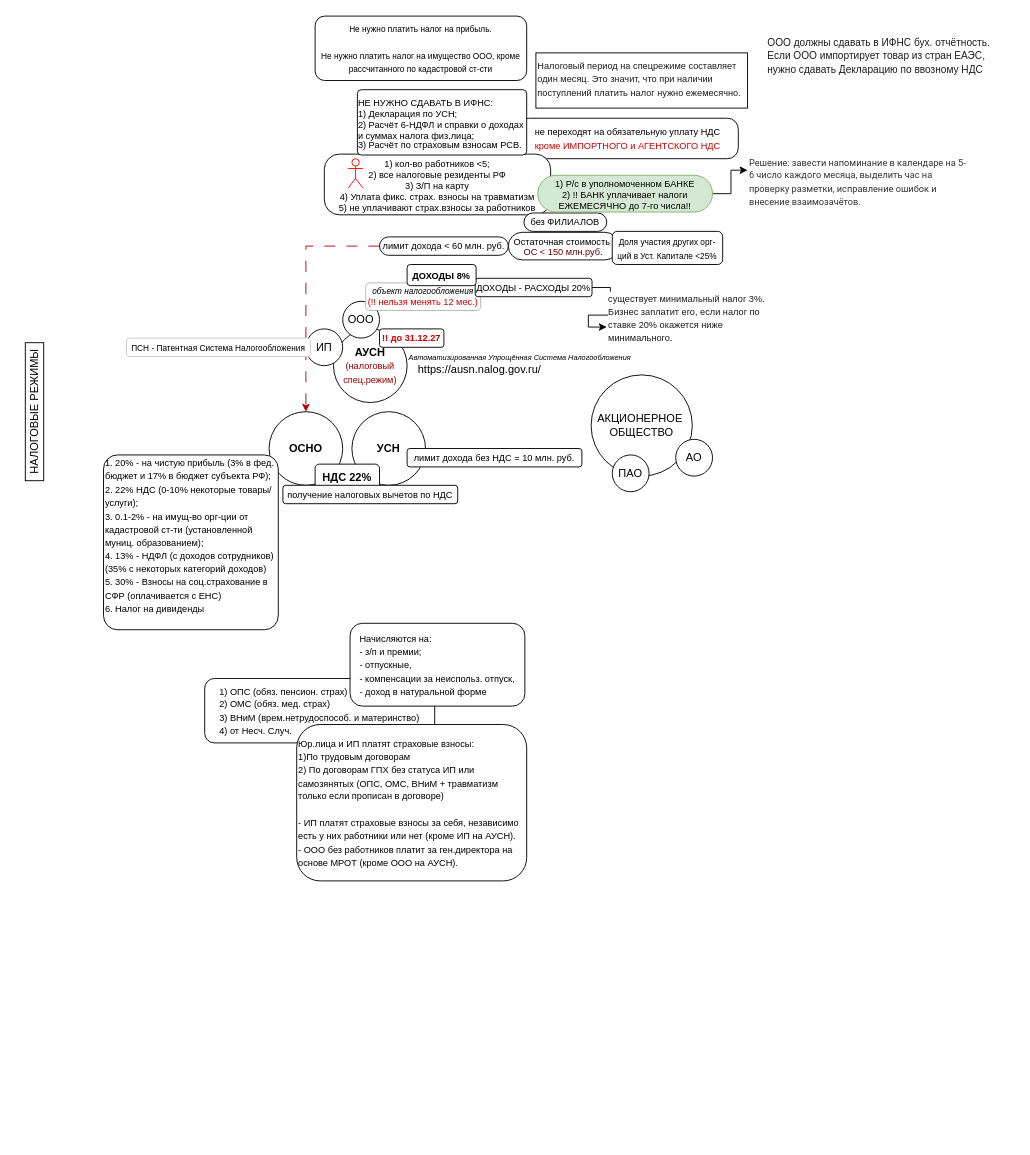
This is АУСН.drawio from youarereef/mmaps, a draw.io file, before an edit. Source tidied: cells renumbered, new cells numbered last; positions are measured from the earlier drawing's top-left corner, leaving out a move shared by most shapes. Both pictures are drawn from the tidied source at 92%, with x=0, y=0 at pixel (-35, 16).
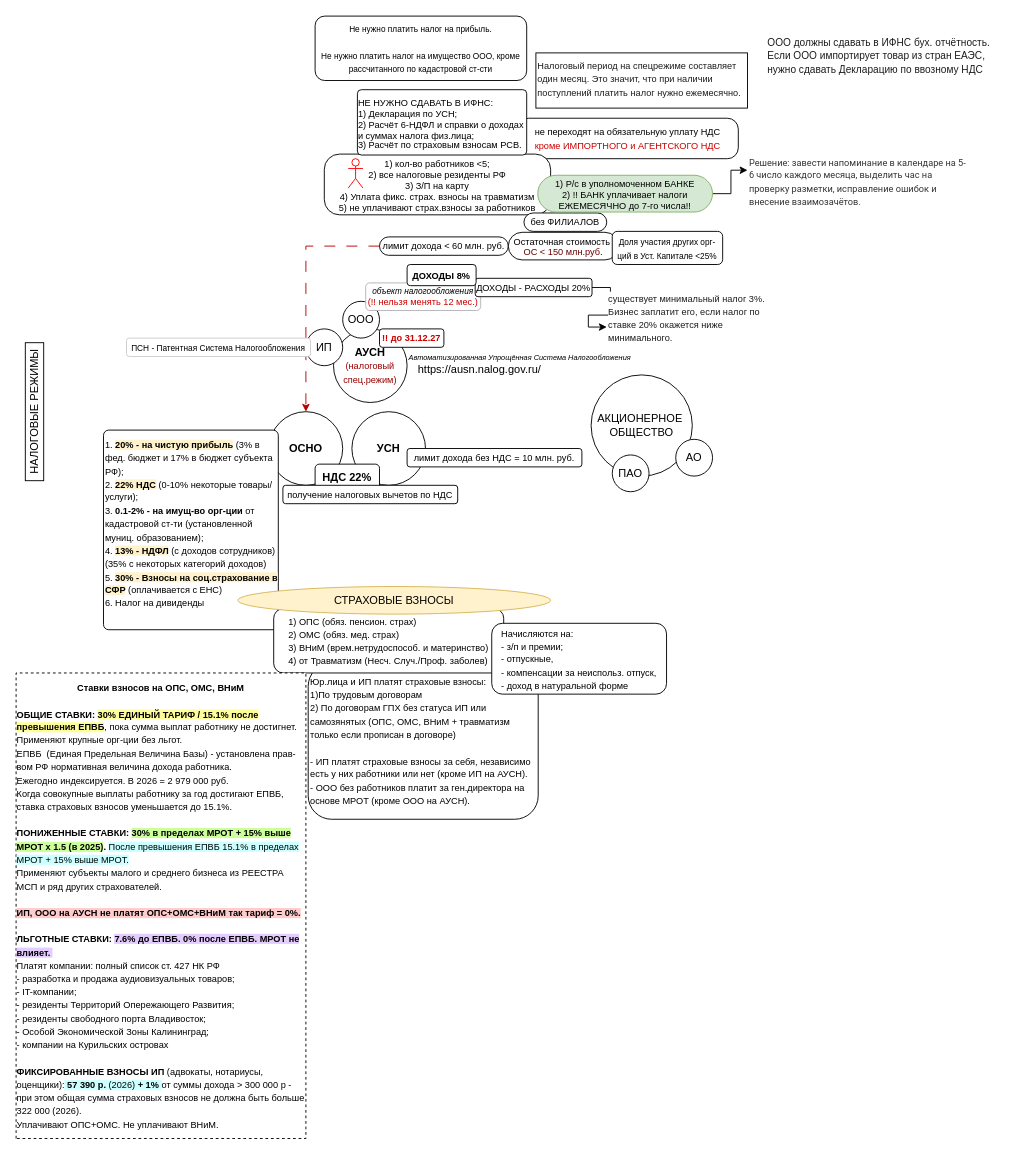
The same page after the edit.

What changed in the source:
```diff
@@
-    <mxCell id="38" value="&lt;font style=&quot;font-size: 10px;&quot;&gt;1. 20% - на чистую прибыль (3% в фед. бюджет и 17% в бюджет субъекта РФ);&lt;/font&gt;&lt;div&gt;&lt;font style=&quot;font-size: 10px;&quot;&gt;2. 22% НДС (&lt;/font&gt;&lt;span style=&quot;font-size: 10px; background-color: transparent; color: light-dark(rgb(0, 0, 0), rgb(255, 255, 255));&quot;&gt;0-10% некоторые товары/услуги);&lt;/span&gt;&lt;/div&gt;&lt;div&gt;&lt;font style=&quot;font-size: 10px;&quot;&gt;3.&amp;nbsp;&lt;/font&gt;&lt;span style=&quot;font-size: 10px; background-color: transparent; color: light-dark(rgb(0, 0, 0), rgb(255, 255, 255));&quot;&gt;0.1-2% - н&lt;/span&gt;&lt;span style=&quot;font-size: 10px; background-color: transparent; color: light-dark(rgb(0, 0, 0), rgb(255, 255, 255));&quot;&gt;а имущ-во орг-ции от кадастровой ст-ти (установленной муниц. образованием);&amp;nbsp;&lt;/span&gt;&lt;/div&gt;&lt;div&gt;&lt;font style=&quot;font-size: 10px;&quot;&gt;4. 13% - НДФЛ (с доходов сотрудников) (&lt;/font&gt;&lt;span style=&quot;font-size: 10px; background-color: transparent; color: light-dark(rgb(0, 0, 0), rgb(255, 255, 255));&quot;&gt;35% с некоторых категорий доходов)&lt;/span&gt;&lt;/div&gt;&lt;div&gt;&lt;span style=&quot;font-size: 10px; background-color: transparent; color: light-dark(rgb(0, 0, 0), rgb(255, 255, 255));&quot;&gt;5. 30% - Взносы на соц.страхование в СФР (оплачивается с ЕНС)&lt;/span&gt;&lt;/div&gt;&lt;div&gt;&lt;span style=&quot;font-size: 10px; background-color: transparent; color: light-dark(rgb(0, 0, 0), rgb(255, 255, 255));&quot;&gt;6. Налог на дивиденды&amp;nbsp;&lt;/span&gt;&lt;/div&gt;&lt;div&gt;&lt;br&gt;&lt;/div&gt;" style="rounded=1;whiteSpace=wrap;html=1;align=left;arcSize=8;" parent="1" vertex="1">
-      <mxGeometry x="150" y="477" width="190" height="190" as="geometry" />
+    <mxCell id="38" value="&lt;font style=&quot;font-size: 10px;&quot;&gt;1. &lt;b style=&quot;background-color: rgb(255, 242, 204);&quot;&gt;20% - на чистую прибыль&lt;/b&gt; (3% в фед. бюджет и 17% в бюджет субъекта РФ);&lt;/font&gt;&lt;div&gt;&lt;font style=&quot;font-size: 10px;&quot;&gt;2. &lt;b&gt;&lt;span style=&quot;background-color: rgb(255, 242, 204);&quot;&gt;22% НДС&lt;/span&gt; &lt;/b&gt;(&lt;/font&gt;&lt;span style=&quot;font-size: 10px; background-color: transparent; color: light-dark(rgb(0, 0, 0), rgb(255, 255, 255));&quot;&gt;0-10% некоторые товары/услуги);&lt;/span&gt;&lt;/div&gt;&lt;div&gt;&lt;font style=&quot;font-size: 10px;&quot;&gt;3.&amp;nbsp;&lt;/font&gt;&lt;span style=&quot;font-size: 10px; color: light-dark(rgb(0, 0, 0), rgb(255, 255, 255)); background-color: light-dark(#ffffff, var(--ge-dark-color, #121212));&quot;&gt;&lt;b&gt;0.1-2% - н&lt;/b&gt;&lt;/span&gt;&lt;span style=&quot;font-size: 10px; color: light-dark(rgb(0, 0, 0), rgb(255, 255, 255));&quot;&gt;&lt;span style=&quot;background-color: light-dark(#ffffff, var(--ge-dark-color, #121212));&quot;&gt;&lt;b&gt;а имущ-во орг-ции&lt;/b&gt;&lt;/span&gt; от кадастровой ст-ти (установленной муниц. образованием);&amp;nbsp;&lt;/span&gt;&lt;/div&gt;&lt;div&gt;&lt;font style=&quot;font-size: 10px;&quot;&gt;4. &lt;b style=&quot;background-color: rgb(255, 242, 204);&quot;&gt;13% - НДФЛ&lt;/b&gt; (с доходов сотрудников) (&lt;/font&gt;&lt;span style=&quot;font-size: 10px; background-color: transparent; color: light-dark(rgb(0, 0, 0), rgb(255, 255, 255));&quot;&gt;35% с некоторых категорий доходов)&lt;/span&gt;&lt;/div&gt;&lt;div&gt;&lt;span style=&quot;font-size: 10px; background-color: transparent; color: light-dark(rgb(0, 0, 0), rgb(255, 255, 255));&quot;&gt;5. &lt;/span&gt;&lt;span style=&quot;font-size: 10px; color: light-dark(rgb(0, 0, 0), rgb(255, 255, 255)); background-color: rgb(255, 242, 204);&quot;&gt;&lt;b&gt;30% - Взносы на соц.страхование в СФР&lt;/b&gt;&lt;/span&gt;&lt;span style=&quot;font-size: 10px; background-color: transparent; color: light-dark(rgb(0, 0, 0), rgb(255, 255, 255));&quot;&gt; (оплачивается с ЕНС)&lt;/span&gt;&lt;/div&gt;&lt;div&gt;&lt;span style=&quot;font-size: 10px; background-color: transparent; color: light-dark(rgb(0, 0, 0), rgb(255, 255, 255));&quot;&gt;6. Налог на дивиденды&amp;nbsp;&lt;/span&gt;&lt;/div&gt;&lt;div&gt;&lt;br&gt;&lt;/div&gt;" style="rounded=1;whiteSpace=wrap;html=1;align=left;arcSize=3;" parent="1" vertex="1">
+      <mxGeometry x="150" y="450" width="190" height="217" as="geometry" />
     </mxCell>
+    <mxCell id="40" value="&lt;div style=&quot;&quot;&gt;&lt;span style=&quot;font-size: 10px;&quot;&gt;Юр.лица и ИП платят страховые взносы:&lt;/span&gt;&lt;/div&gt;&lt;div style=&quot;&quot;&gt;&lt;span style=&quot;font-size: 10px;&quot;&gt;1)По трудовым договорам&lt;/span&gt;&lt;/div&gt;&lt;div style=&quot;&quot;&gt;&lt;span style=&quot;font-size: 10px;&quot;&gt;2) По договорам ГПХ без статуса ИП или самозянятых (ОПС, ОМС, ВНиМ + травматизм только если прописан в договоре)&lt;/span&gt;&lt;/div&gt;&lt;div style=&quot;&quot;&gt;&lt;span style=&quot;font-size: 10px;&quot;&gt;&lt;br&gt;&lt;/span&gt;&lt;/div&gt;&lt;div style=&quot;&quot;&gt;&lt;span style=&quot;font-size: 10px;&quot;&gt;- ИП платят страховые взносы за себя, независимо есть у них работники или нет (кроме ИП на АУСН).&lt;/span&gt;&lt;/div&gt;&lt;div style=&quot;&quot;&gt;&lt;span style=&quot;font-size: 10px;&quot;&gt;- ООО без работников платит за ген.директора на основе МРОТ (кроме ООО на АУСН).&lt;/span&gt;&lt;/div&gt;" style="rounded=1;whiteSpace=wrap;html=1;align=left;" parent="1" vertex="1">
+      <mxGeometry x="372.5" y="703" width="250" height="170" as="geometry" />
+    </mxCell>
-    <mxCell id="39" value="&lt;div style=&quot;text-align: left;&quot;&gt;&lt;span style=&quot;font-size: 10px; background-color: transparent; color: light-dark(rgb(0, 0, 0), rgb(255, 255, 255));&quot;&gt;1) ОПС (обяз. пенсион. страх)&lt;/span&gt;&lt;/div&gt;&lt;div style=&quot;text-align: left;&quot;&gt;&lt;span style=&quot;font-size: 10px; background-color: transparent; color: light-dark(rgb(0, 0, 0), rgb(255, 255, 255));&quot;&gt;2) ОМС (обяз. мед. страх)&lt;/span&gt;&lt;/div&gt;&lt;div style=&quot;text-align: left;&quot;&gt;&lt;span style=&quot;font-size: 10px; background-color: transparent; color: light-dark(rgb(0, 0, 0), rgb(255, 255, 255));&quot;&gt;3) ВНиМ (врем.нетрудоспособ. и материнство)&lt;/span&gt;&lt;/div&gt;&lt;div style=&quot;text-align: left;&quot;&gt;&lt;span style=&quot;font-size: 10px; background-color: transparent; color: light-dark(rgb(0, 0, 0), rgb(255, 255, 255));&quot;&gt;4) от Несч. Случ.&lt;/span&gt;&lt;/div&gt;" style="rounded=1;whiteSpace=wrap;html=1;" parent="1" vertex="1">
-      <mxGeometry x="260" y="720" width="250" height="70" as="geometry" />
+    <mxCell id="39" value="&lt;div style=&quot;text-align: left;&quot;&gt;&lt;span style=&quot;font-size: 10px; background-color: transparent; color: light-dark(rgb(0, 0, 0), rgb(255, 255, 255));&quot;&gt;1) ОПС (обяз. пенсион. страх)&lt;/span&gt;&lt;/div&gt;&lt;div style=&quot;text-align: left;&quot;&gt;&lt;span style=&quot;font-size: 10px; background-color: transparent; color: light-dark(rgb(0, 0, 0), rgb(255, 255, 255));&quot;&gt;2) ОМС (обяз. мед. страх)&lt;/span&gt;&lt;/div&gt;&lt;div style=&quot;text-align: left;&quot;&gt;&lt;span style=&quot;font-size: 10px; background-color: transparent; color: light-dark(rgb(0, 0, 0), rgb(255, 255, 255));&quot;&gt;3) ВНиМ (врем.нетрудоспособ. и материнство)&lt;/span&gt;&lt;/div&gt;&lt;div style=&quot;text-align: left;&quot;&gt;&lt;span style=&quot;font-size: 10px; background-color: transparent; color: light-dark(rgb(0, 0, 0), rgb(255, 255, 255));&quot;&gt;4) от Травматизм (Несч. Случ./Проф. заболев)&lt;/span&gt;&lt;/div&gt;" style="rounded=1;whiteSpace=wrap;html=1;" parent="1" vertex="1">
+      <mxGeometry x="335" y="644" width="250" height="70" as="geometry" />
     </mxCell>
-    <mxCell id="40" value="&lt;div style=&quot;&quot;&gt;&lt;span style=&quot;font-size: 10px;&quot;&gt;Юр.лица и ИП платят страховые взносы:&lt;/span&gt;&lt;/div&gt;&lt;div style=&quot;&quot;&gt;&lt;span style=&quot;font-size: 10px;&quot;&gt;1)По трудовым договорам&lt;/span&gt;&lt;/div&gt;&lt;div style=&quot;&quot;&gt;&lt;span style=&quot;font-size: 10px;&quot;&gt;2) По договорам ГПХ без статуса ИП или самозянятых (ОПС, ОМС, ВНиМ + травматизм только если прописан в договоре)&lt;/span&gt;&lt;/div&gt;&lt;div style=&quot;&quot;&gt;&lt;span style=&quot;font-size: 10px;&quot;&gt;&lt;br&gt;&lt;/span&gt;&lt;/div&gt;&lt;div style=&quot;&quot;&gt;&lt;span style=&quot;font-size: 10px;&quot;&gt;- ИП платят страховые взносы за себя, независимо есть у них работники или нет (кроме ИП на АУСН).&lt;/span&gt;&lt;/div&gt;&lt;div style=&quot;&quot;&gt;&lt;span style=&quot;font-size: 10px;&quot;&gt;- ООО без работников платит за ген.директора на основе МРОТ (кроме ООО на АУСН).&lt;/span&gt;&lt;/div&gt;" style="rounded=1;whiteSpace=wrap;html=1;align=left;" parent="1" vertex="1">
-      <mxGeometry x="360" y="770" width="250" height="170" as="geometry" />
-    </mxCell>
+    <mxCell id="42" value="СТРАХОВЫЕ ВЗНОСЫ" style="ellipse;whiteSpace=wrap;html=1;fillColor=#fff2cc;strokeColor=#d6b656;" parent="1" vertex="1">
+      <mxGeometry x="296" y="620" width="340" height="30" as="geometry" />
+    </mxCell>
     <mxCell id="41" value="&lt;div style=&quot;text-align: left;&quot;&gt;&lt;span style=&quot;font-size: 10px;&quot;&gt;Начисляются на:&lt;/span&gt;&lt;/div&gt;&lt;div style=&quot;text-align: left;&quot;&gt;&lt;span style=&quot;font-size: 10px;&quot;&gt;- з/п и&amp;nbsp;&lt;/span&gt;&lt;span style=&quot;font-size: 10px; background-color: transparent; color: light-dark(rgb(0, 0, 0), rgb(255, 255, 255));&quot;&gt;премии;&amp;nbsp;&lt;/span&gt;&lt;/div&gt;&lt;div style=&quot;text-align: left;&quot;&gt;&lt;span style=&quot;font-size: 10px; background-color: transparent; color: light-dark(rgb(0, 0, 0), rgb(255, 255, 255));&quot;&gt;- отпускные,&amp;nbsp;&lt;/span&gt;&lt;/div&gt;&lt;div style=&quot;text-align: left;&quot;&gt;&lt;span style=&quot;font-size: 10px; background-color: transparent; color: light-dark(rgb(0, 0, 0), rgb(255, 255, 255));&quot;&gt;- компенсации за неиспольз. отпуск,&lt;/span&gt;&lt;/div&gt;&lt;div style=&quot;text-align: left;&quot;&gt;&lt;span style=&quot;font-size: 10px;&quot;&gt;- доход в натуральной форме&lt;/span&gt;&lt;/div&gt;" style="rounded=1;whiteSpace=wrap;html=1;" parent="1" vertex="1">
-      <mxGeometry x="418" y="660" width="190" height="90" as="geometry" />
+      <mxGeometry x="572" y="660" width="190" height="77" as="geometry" />
     </mxCell>
+    <mxCell id="43" value="&lt;font style=&quot;font-size: 10px;&quot;&gt;&lt;b&gt;Ставки взносов на ОПС, ОМС, ВНиМ&lt;/b&gt;&lt;/font&gt;&lt;div&gt;&lt;span style=&quot;font-size: 10px;&quot;&gt;&lt;b&gt;&lt;br&gt;&lt;/b&gt;&lt;/span&gt;&lt;div style=&quot;text-align: left;&quot;&gt;&lt;font style=&quot;font-size: 10px;&quot;&gt;&lt;b&gt;ОБЩИЕ СТАВКИ: &lt;span style=&quot;background-color: rgb(255, 255, 153);&quot;&gt;30% ЕДИНЫЙ ТАРИФ / 15.1% после превышения ЕПВБ&lt;/span&gt;&lt;/b&gt;, пока сумма выплат работнику не достигнет. Применяют крупные орг-ции без льгот.&lt;/font&gt;&lt;/div&gt;&lt;div style=&quot;text-align: left;&quot;&gt;&lt;font style=&quot;font-size: 10px;&quot;&gt;ЕПВБ&amp;nbsp;&lt;/font&gt;&lt;span style=&quot;font-size: 10px; background-color: transparent; color: light-dark(rgb(0, 0, 0), rgb(255, 255, 255));&quot;&gt;&amp;nbsp;&lt;/span&gt;&lt;span style=&quot;font-size: 10px; background-color: transparent; color: light-dark(rgb(0, 0, 0), rgb(255, 255, 255));&quot;&gt;(Единая Предельная Величина Базы)&lt;/span&gt;&lt;span style=&quot;font-size: 10px; background-color: transparent; color: light-dark(rgb(0, 0, 0), rgb(255, 255, 255));&quot;&gt;&amp;nbsp;- установлена прав-вом РФ нормативная величина дохода работника.&amp;nbsp;&lt;/span&gt;&lt;/div&gt;&lt;div style=&quot;text-align: left;&quot;&gt;&lt;span style=&quot;font-size: 10px; background-color: transparent; color: light-dark(rgb(0, 0, 0), rgb(255, 255, 255));&quot;&gt;Ежегодно индексируется. В 2026 = 2 979 000 руб.&lt;/span&gt;&lt;/div&gt;&lt;div style=&quot;text-align: left;&quot;&gt;&lt;font style=&quot;font-size: 10px;&quot;&gt;Когда совокупные выплаты работнику за год достигают ЕПВБ, ставка страховых взносов уменьшается до 15.1%.&lt;/font&gt;&lt;/div&gt;&lt;div style=&quot;text-align: left;&quot;&gt;&lt;font style=&quot;font-size: 10px;&quot;&gt;&lt;br&gt;&lt;/font&gt;&lt;/div&gt;&lt;div style=&quot;text-align: left;&quot;&gt;&lt;font style=&quot;font-size: 10px;&quot;&gt;&lt;b&gt;ПОНИЖЕННЫЕ СТАВКИ:&lt;/b&gt; &lt;b&gt;&lt;span style=&quot;background-color: rgb(204, 255, 153);&quot;&gt;30% в пределах МРОТ + 15% выше МРОТ х 1.5 (в 2025)&lt;/span&gt;.&lt;/b&gt;&amp;nbsp;&lt;span style=&quot;background-color: rgb(204, 255, 255);&quot;&gt;После превышения ЕПВБ 15.1% в пределах МРОТ + 15% выше МРОТ.&lt;/span&gt;&lt;/font&gt;&lt;/div&gt;&lt;div style=&quot;text-align: left;&quot;&gt;&lt;font style=&quot;font-size: 10px;&quot;&gt;Применяют субъекты малого и среднего бизнеса из РЕЕСТРА МСП и ряд других страхователей.&amp;nbsp;&lt;/font&gt;&lt;/div&gt;&lt;div style=&quot;text-align: left;&quot;&gt;&lt;font style=&quot;font-size: 10px;&quot;&gt;&lt;br&gt;&lt;/font&gt;&lt;/div&gt;&lt;div style=&quot;text-align: left;&quot;&gt;&lt;font style=&quot;font-size: 10px; background-color: rgb(255, 204, 204);&quot;&gt;&lt;b&gt;ИП, ООО на АУСН не платят ОПС+ОМС+ВНиМ так тариф = 0%.&lt;/b&gt;&lt;/font&gt;&lt;/div&gt;&lt;/div&gt;&lt;div style=&quot;text-align: left;&quot;&gt;&lt;font style=&quot;font-size: 10px;&quot;&gt;&lt;br&gt;&lt;/font&gt;&lt;/div&gt;&lt;div style=&quot;text-align: left;&quot;&gt;&lt;font style=&quot;font-size: 10px;&quot;&gt;&lt;b&gt;ЛЬГОТНЫЕ СТАВКИ: &lt;span style=&quot;background-color: rgb(229, 204, 255);&quot;&gt;7.6% до ЕПВБ. 0% после ЕПВБ. МРОТ не влияет.&amp;nbsp;&lt;/span&gt;&lt;/b&gt;&lt;/font&gt;&lt;/div&gt;&lt;div style=&quot;text-align: left;&quot;&gt;&lt;font style=&quot;font-size: 10px;&quot;&gt;Платят компании: полный список ст. 427 НК РФ&lt;/font&gt;&lt;/div&gt;&lt;div style=&quot;text-align: left;&quot;&gt;&lt;font style=&quot;font-size: 10px;&quot;&gt;- разработка и продажа аудиовизуальных товаров;&lt;/font&gt;&lt;/div&gt;&lt;div style=&quot;text-align: left;&quot;&gt;&lt;font style=&quot;font-size: 10px;&quot;&gt;- IT-компании;&lt;/font&gt;&lt;/div&gt;&lt;div style=&quot;text-align: left;&quot;&gt;&lt;font style=&quot;font-size: 10px;&quot;&gt;- резиденты Территорий Опережающего Развития;&lt;/font&gt;&lt;/div&gt;&lt;div style=&quot;text-align: left;&quot;&gt;&lt;span style=&quot;font-size: 10px; background-color: transparent; color: light-dark(rgb(0, 0, 0), rgb(255, 255, 255));&quot;&gt;- резиденты свободного порта Владивосток;&lt;/span&gt;&lt;/div&gt;&lt;div style=&quot;text-align: left;&quot;&gt;&lt;span style=&quot;font-size: 10px; background-color: transparent; color: light-dark(rgb(0, 0, 0), rgb(255, 255, 255));&quot;&gt;- Особой Экономической Зоны Калининград;&lt;/span&gt;&lt;/div&gt;&lt;div style=&quot;text-align: left;&quot;&gt;&lt;span style=&quot;font-size: 10px; background-color: transparent; color: light-dark(rgb(0, 0, 0), rgb(255, 255, 255));&quot;&gt;- компании на Курильских островах&amp;nbsp;&lt;/span&gt;&lt;/div&gt;&lt;div style=&quot;text-align: left;&quot;&gt;&lt;span style=&quot;font-size: 10px; background-color: transparent; color: light-dark(rgb(0, 0, 0), rgb(255, 255, 255));&quot;&gt;&lt;br&gt;&lt;/span&gt;&lt;/div&gt;&lt;div style=&quot;text-align: left;&quot;&gt;&lt;span style=&quot;font-size: 10px; background-color: transparent; color: light-dark(rgb(0, 0, 0), rgb(255, 255, 255));&quot;&gt;&lt;b&gt;ФИКСИРОВАННЫЕ ВЗНОСЫ ИП&lt;/b&gt; (адвокаты, нотариусы, оценщики):&lt;/span&gt;&lt;span style=&quot;font-size: 10px; color: light-dark(rgb(0, 0, 0), rgb(255, 255, 255)); background-color: rgb(204, 255, 255);&quot;&gt; &lt;b style=&quot;&quot;&gt;57 390 р. &lt;/b&gt;(2026)&lt;b style=&quot;&quot;&gt; + 1%&lt;/b&gt; &lt;/span&gt;&lt;span style=&quot;font-size: 10px; background-color: transparent; color: light-dark(rgb(0, 0, 0), rgb(255, 255, 255));&quot;&gt;от суммы дохода &amp;gt; 300 000 р - при этом общая сумма страховых взносов не должна быть больше 322 000 (2026).&amp;nbsp;&lt;/span&gt;&lt;/div&gt;&lt;div style=&quot;text-align: left;&quot;&gt;&lt;span style=&quot;font-size: 10px; background-color: transparent; color: light-dark(rgb(0, 0, 0), rgb(255, 255, 255));&quot;&gt;Уплачивают ОПС+ОМС. Не уплачивают ВНиМ.&lt;/span&gt;&lt;/div&gt;" style="shape=parallelogram;perimeter=parallelogramPerimeter;whiteSpace=wrap;html=1;fixedSize=1;size=-15;dashed=1;" parent="1" vertex="1">
+      <mxGeometry x="55" y="714" width="315" height="506" as="geometry" />
+    </mxCell>
```
